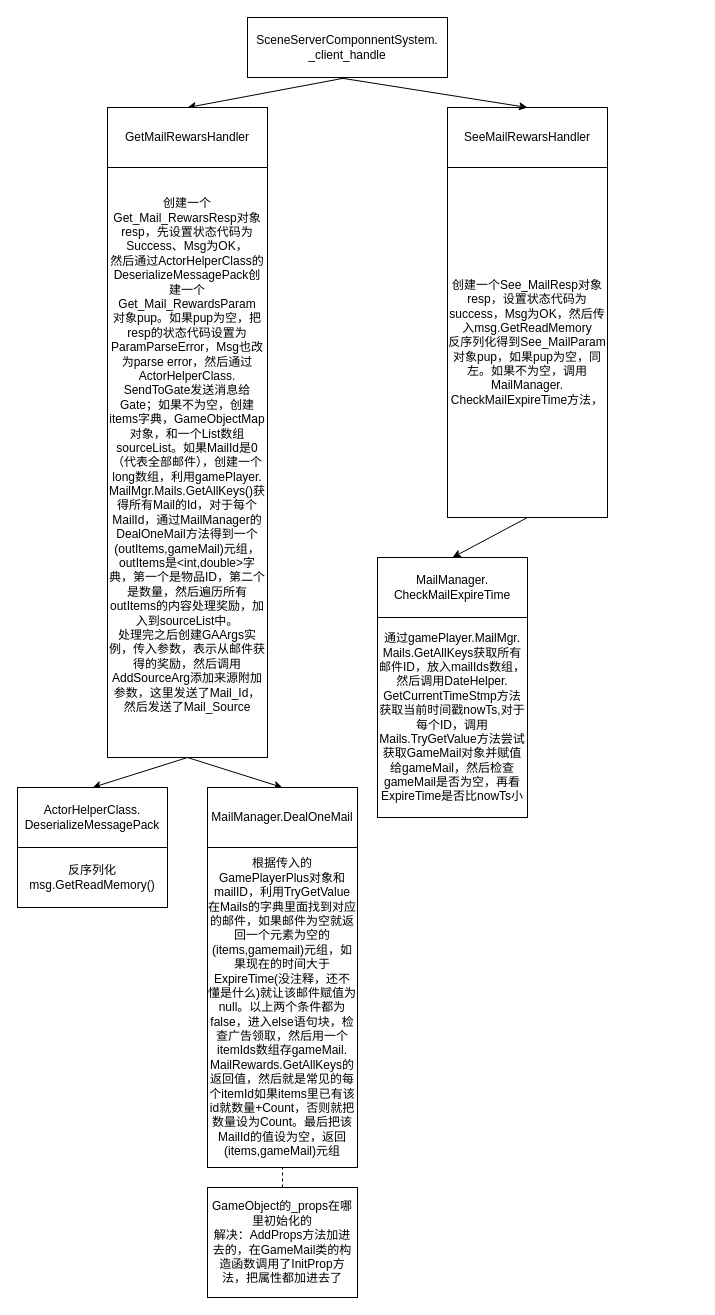
Earlier version of the draw.io diagram 邮件.drawio (Eacie/draw). Source tidied: cells renumbered, new cells numbered last; positions are measured from the earlier drawing's top-left corner, leaving out a move shared by most shapes. Both pictures are drawn from the tidied source at 100%, with x=0, y=0 at pixel (17, 17).
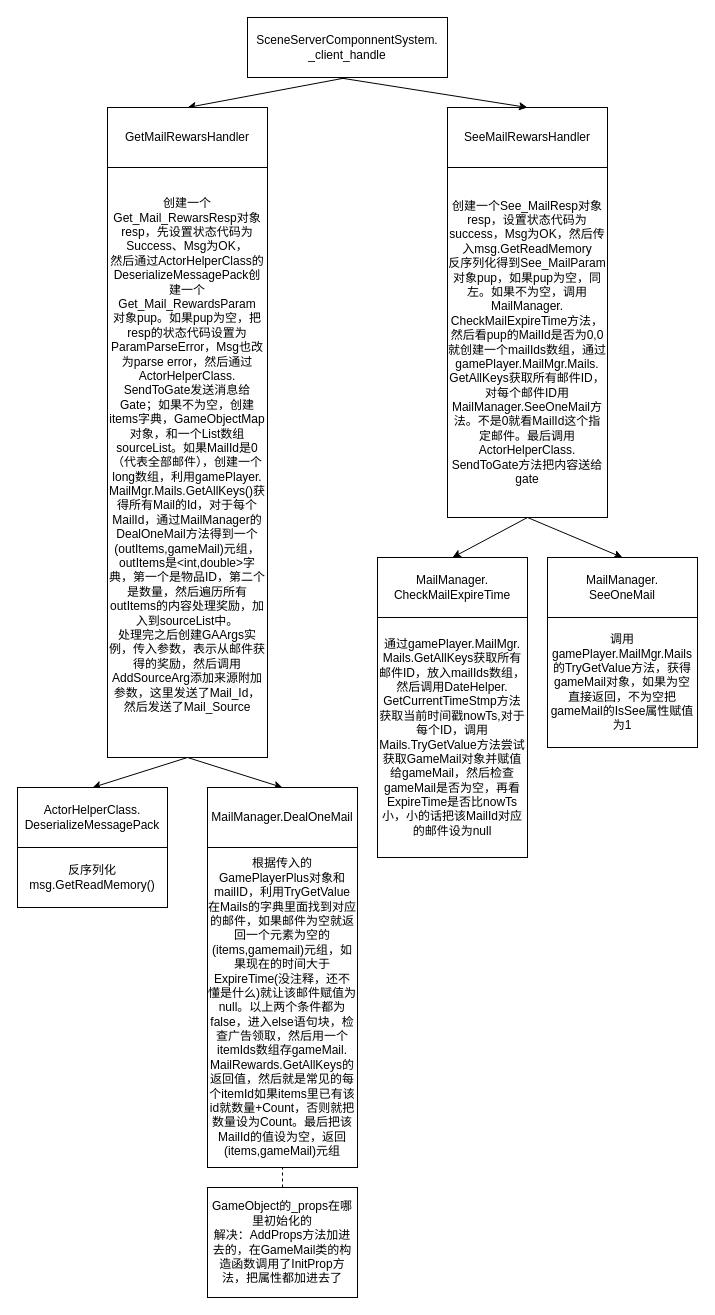
The same page after the edit.

Diff of the diagram source:
```diff
@@
-    <mxCell id="15" value="创建一个See_MailResp对象resp，设置状态代码为success，Msg为OK，然后传入msg.GetReadMemory&lt;br&gt;反序列化得到See_MailParam对象pup，如果pup为空，同左。如果不为空，调用MailManager.&lt;br&gt;CheckMailExpireTime方法，" style="rounded=0;whiteSpace=wrap;html=1;" parent="1" vertex="1">
+    <mxCell id="15" value="创建一个See_MailResp对象resp，设置状态代码为success，Msg为OK，然后传入msg.GetReadMemory&lt;br&gt;反序列化得到See_MailParam对象pup，如果pup为空，同左。如果不为空，调用MailManager.&lt;br&gt;CheckMailExpireTime方法，然后看pup的MailId是否为0,0就创建一个mailIds数组，通过gamePlayer.MailMgr.Mails.&lt;br&gt;GetAllKeys获取所有邮件ID，对每个邮件ID用MailManager.SeeOneMail方法。不是0就看MailId这个指定邮件。最后调用ActorHelperClass.&lt;br&gt;SendToGate方法把内容送给gate" style="rounded=0;whiteSpace=wrap;html=1;" parent="1" vertex="1">
       <mxGeometry x="430" y="150" width="160" height="350" as="geometry" />
     </mxCell>
@@
-    <mxCell id="19" value="通过gamePlayer.MailMgr.&lt;br style=&quot;border-color: var(--border-color);&quot;&gt;Mails.GetAllKeys获取所有&lt;br&gt;邮件ID，放入mailIds数组，&lt;br&gt;然后调用DateHelper.&lt;br&gt;GetCurrentTimeStmp方法获取当前时间戳nowTs,对于每个ID，调用Mails.TryGetValue方法尝试获取GameMail对象并赋值给gameMail，然后检查gameMail是否为空，再看ExpireTime是否比nowTs小" style="rounded=0;whiteSpace=wrap;html=1;" parent="1" vertex="1">
-      <mxGeometry x="360" y="600" width="150" height="200" as="geometry" />
+    <mxCell id="19" value="通过gamePlayer.MailMgr.&lt;br style=&quot;border-color: var(--border-color);&quot;&gt;Mails.GetAllKeys获取所有&lt;br&gt;邮件ID，放入mailIds数组，&lt;br&gt;然后调用DateHelper.&lt;br&gt;GetCurrentTimeStmp方法获取当前时间戳nowTs,对于每个ID，调用Mails.TryGetValue方法尝试获取GameMail对象并赋值给gameMail，然后检查gameMail是否为空，再看ExpireTime是否比nowTs小，小的话把该MailId对应的邮件设为null" style="rounded=0;whiteSpace=wrap;html=1;" parent="1" vertex="1">
+      <mxGeometry x="360" y="600" width="150" height="240" as="geometry" />
     </mxCell>
+    <mxCell id="20" style="endArrow=classic;html=1;rounded=0;entryX=0.5;entryY=0;entryDx=0;entryDy=0;" parent="1" edge="1" target="21">
+      <mxGeometry relative="1" as="geometry">
+        <mxPoint x="510" y="500" as="sourcePoint" />
+      </mxGeometry>
+    </mxCell>
+    <mxCell id="21" value="MailManager.&lt;br style=&quot;border-color: var(--border-color);&quot;&gt;SeeOneMail" style="rounded=0;whiteSpace=wrap;html=1;" parent="1" vertex="1">
+      <mxGeometry x="530" y="540" width="150" height="60" as="geometry" />
+    </mxCell>
+    <mxCell id="22" value="调用gamePlayer.MailMgr.Mails的TryGetValue方法，获得gameMail对象，如果为空直接返回，不为空把gameMail的IsSee属性赋值为1" style="rounded=0;whiteSpace=wrap;html=1;" parent="1" vertex="1">
+      <mxGeometry x="530" y="600" width="150" height="130" as="geometry" />
+    </mxCell>
```
